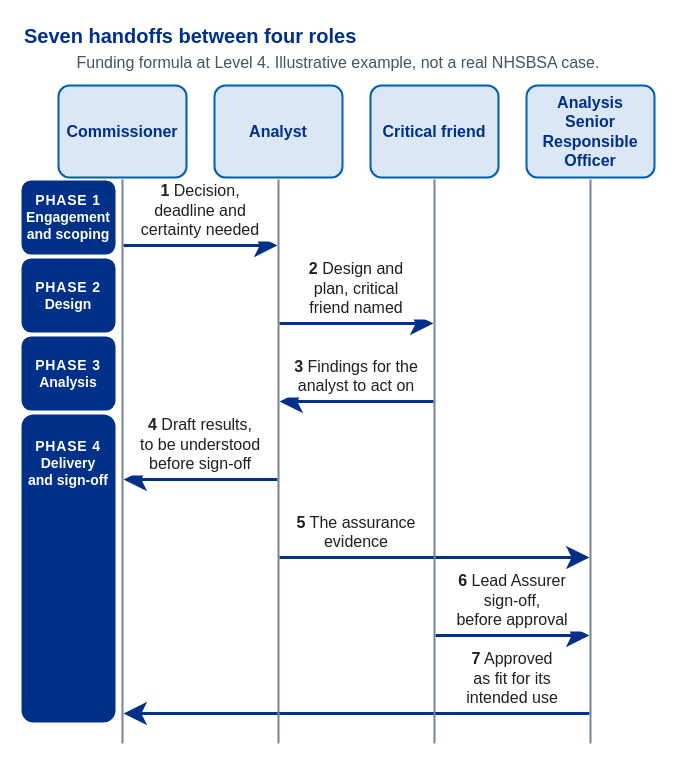
Above: static/diagrams/03-funding-formula-handoffs.drawio in nhsbsa-data-analytics/nhsbsa-quality-analysis-playbook (draw.io), before the change. Source tidied: cells renumbered, new cells numbered last; positions are measured from the earlier drawing's top-left corner, leaving out a move shared by most shapes. Both pictures are drawn from the tidied source at 100%, with x=0, y=0 at pixel (22, 17).
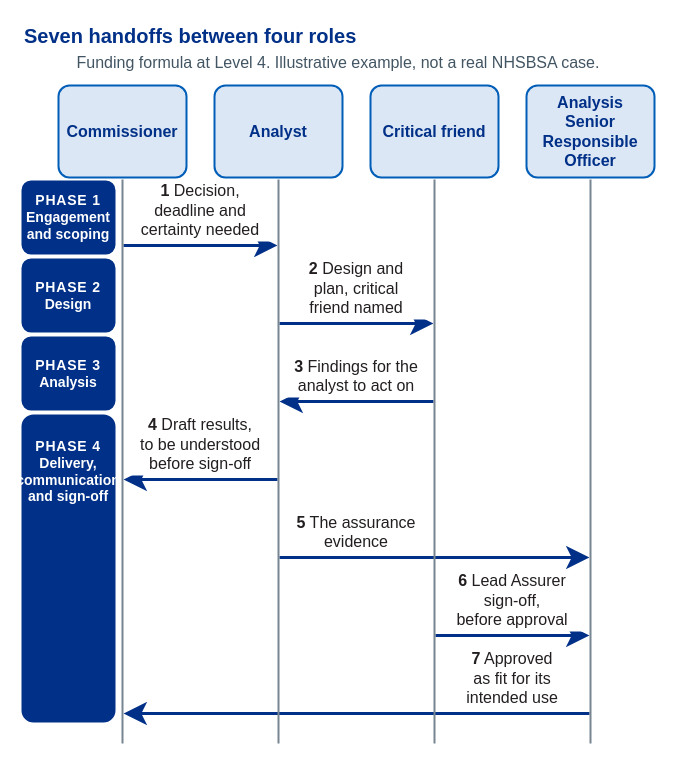
After the change.

Change to the diagram source:
```diff
@@
-    <mxCell id="25" value="&lt;div style=&quot;text-align:center;text-wrap:balance&quot;&gt;&lt;b style=&quot;font-size:14px;color:#FFFFFF;letter-spacing:0.8px&quot;&gt;PHASE 4&lt;/b&gt;&lt;br&gt;&lt;b style=&quot;font-size:14px;color:#FFFFFF&quot;&gt;Delivery and sign-off&lt;/b&gt;&lt;/div&gt;" style="rounded=1;whiteSpace=wrap;html=1;fillColor=#003087;strokeColor=#003087;fontColor=#231F20;fontFamily=Arial;fontSize=11;fontStyle=0;align=center;verticalAlign=top;dashed=0;spacingLeft=4;spacingRight=4;arcSize=12;strokeWidth=2;spacingTop=16;" parent="1" vertex="1">
+    <mxCell id="25" value="&lt;div style=&quot;text-align:center;text-wrap:balance&quot;&gt;&lt;b style=&quot;font-size:14px;color:#FFFFFF;letter-spacing:0.8px&quot;&gt;PHASE 4&lt;/b&gt;&lt;br&gt;&lt;b style=&quot;font-size:14px;color:#FFFFFF&quot;&gt;Delivery, communication and sign-off&lt;/b&gt;&lt;/div&gt;" style="rounded=1;whiteSpace=wrap;html=1;fillColor=#003087;strokeColor=#003087;fontColor=#231F20;fontFamily=Arial;fontSize=11;fontStyle=0;align=center;verticalAlign=top;dashed=0;spacingLeft=4;spacingRight=4;arcSize=12;strokeWidth=2;spacingTop=16;" parent="1" vertex="1">
       <mxGeometry y="398" width="92" height="306" as="geometry" />
     </mxCell>
```
